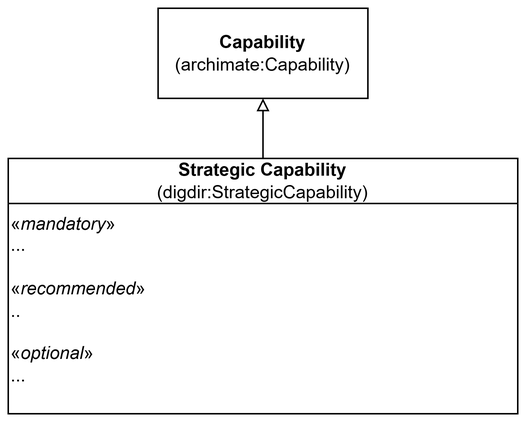
Before: archadms-ap-no/docs/images/KlassenStrategicCapability.png, a diagram exported from draw.io (jimjyang/playground). Source tidied: cells renumbered, new cells last; positions are measured from the earlier drawing's top-left corner, leaving out a move shared by most shapes. The source it was exported from:
```xml
<mxGraphModel>
  <root>
    <mxCell id="0" />
    <mxCell id="1" parent="0" />
    <mxCell id="2" value="Strategic Capability&lt;br&gt;&lt;div&gt;&lt;span style=&quot;font-weight: normal;&quot;&gt;(digdir:StrategicCapability)&lt;/span&gt;&lt;/div&gt;" style="swimlane;whiteSpace=wrap;html=1;startSize=30;" parent="1" vertex="1">
      <mxGeometry y="100" width="340" height="170" as="geometry" />
    </mxCell>
    <mxCell id="3" value="&lt;div&gt;«&lt;i&gt;mandatory&lt;/i&gt;»&lt;/div&gt;&lt;div&gt;...&lt;/div&gt;&lt;div&gt;&lt;br&gt;&lt;/div&gt;&lt;div&gt;«&lt;i&gt;recommended&lt;/i&gt;»&lt;/div&gt;&lt;div&gt;&lt;span style=&quot;background-color: transparent; color: light-dark(rgb(0, 0, 0), rgb(255, 255, 255));&quot;&gt;..&lt;/span&gt;&lt;/div&gt;&lt;div&gt;&lt;br&gt;&lt;/div&gt;&lt;div&gt;«&lt;i&gt;optional&lt;/i&gt;»&lt;/div&gt;&lt;div&gt;&lt;span style=&quot;background-color: transparent; color: light-dark(rgb(0, 0, 0), rgb(255, 255, 255));&quot;&gt;...&lt;/span&gt;&lt;/div&gt;" style="text;html=1;whiteSpace=wrap;strokeColor=none;fillColor=none;align=left;verticalAlign=top;rounded=0;" parent="2" vertex="1">
      <mxGeometry y="30" width="320" height="140" as="geometry" />
    </mxCell>
    <mxCell id="4" style="endArrow=block;html=1;rounded=0;entryX=0.5;entryY=1;entryDx=0;entryDy=0;exitX=0.5;exitY=0;exitDx=0;exitDy=0;endFill=0;" parent="1" edge="1" source="2" target="5">
      <mxGeometry relative="1" as="geometry" />
    </mxCell>
    <mxCell id="5" value="&lt;b&gt;Capability&lt;/b&gt;&lt;div&gt;(archimate:Capability)&lt;/div&gt;" style="rounded=0;whiteSpace=wrap;html=1;" parent="1" vertex="1">
      <mxGeometry x="100" width="140" height="60" as="geometry" />
    </mxCell>
  </root>
</mxGraphModel>
```
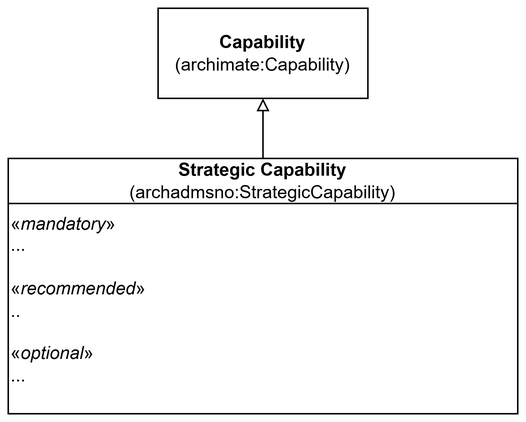
Later version of the same file.

Change to the diagram source:
```diff
@@ -2,7 +2,7 @@
   <root>
     <mxCell id="0" />
     <mxCell id="1" parent="0" />
-    <mxCell id="2" value="Strategic Capability&lt;br&gt;&lt;div&gt;&lt;span style=&quot;font-weight: normal;&quot;&gt;(digdir:StrategicCapability)&lt;/span&gt;&lt;/div&gt;" style="swimlane;whiteSpace=wrap;html=1;startSize=30;" parent="1" vertex="1">
+    <mxCell id="2" value="Strategic Capability&lt;br&gt;&lt;div&gt;&lt;span style=&quot;font-weight: normal;&quot;&gt;(&lt;/span&gt;&lt;span style=&quot;font-weight: 400;&quot;&gt;archadmsno&lt;/span&gt;&lt;span style=&quot;font-weight: normal;&quot;&gt;:StrategicCapability)&lt;/span&gt;&lt;/div&gt;" style="swimlane;whiteSpace=wrap;html=1;startSize=30;" parent="1" vertex="1">
       <mxGeometry y="100" width="340" height="170" as="geometry" />
     </mxCell>
     <mxCell id="3" value="&lt;div&gt;«&lt;i&gt;mandatory&lt;/i&gt;»&lt;/div&gt;&lt;div&gt;...&lt;/div&gt;&lt;div&gt;&lt;br&gt;&lt;/div&gt;&lt;div&gt;«&lt;i&gt;recommended&lt;/i&gt;»&lt;/div&gt;&lt;div&gt;&lt;span style=&quot;background-color: transparent; color: light-dark(rgb(0, 0, 0), rgb(255, 255, 255));&quot;&gt;..&lt;/span&gt;&lt;/div&gt;&lt;div&gt;&lt;br&gt;&lt;/div&gt;&lt;div&gt;«&lt;i&gt;optional&lt;/i&gt;»&lt;/div&gt;&lt;div&gt;&lt;span style=&quot;background-color: transparent; color: light-dark(rgb(0, 0, 0), rgb(255, 255, 255));&quot;&gt;...&lt;/span&gt;&lt;/div&gt;" style="text;html=1;whiteSpace=wrap;strokeColor=none;fillColor=none;align=left;verticalAlign=top;rounded=0;" parent="2" vertex="1">
```
